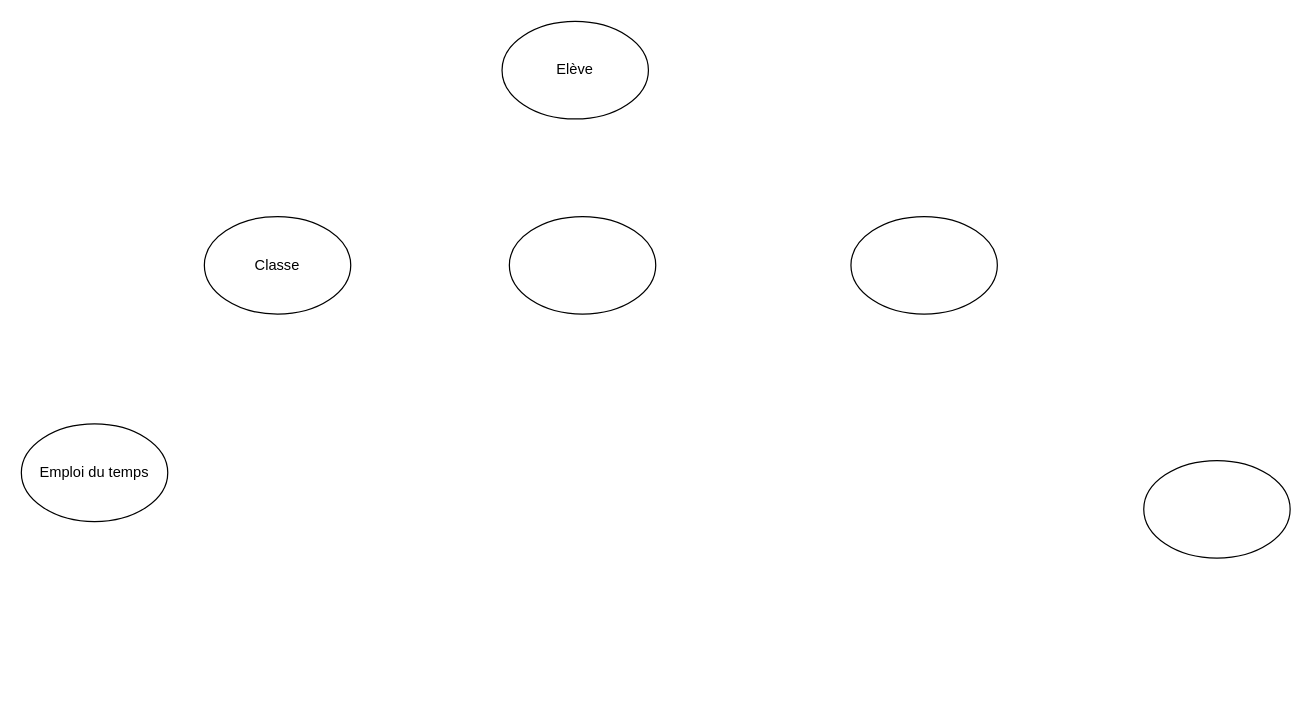
Before: Representation_graphique.drawio in MarcoKlinko/symfony_app, a draw.io diagram. Source tidied: cells renumbered, new cells numbered last; positions are measured from the earlier drawing's top-left corner, leaving out a move shared by most shapes. Both pictures are drawn from the tidied source at 122%, with x=0, y=0 at pixel (21, 21).
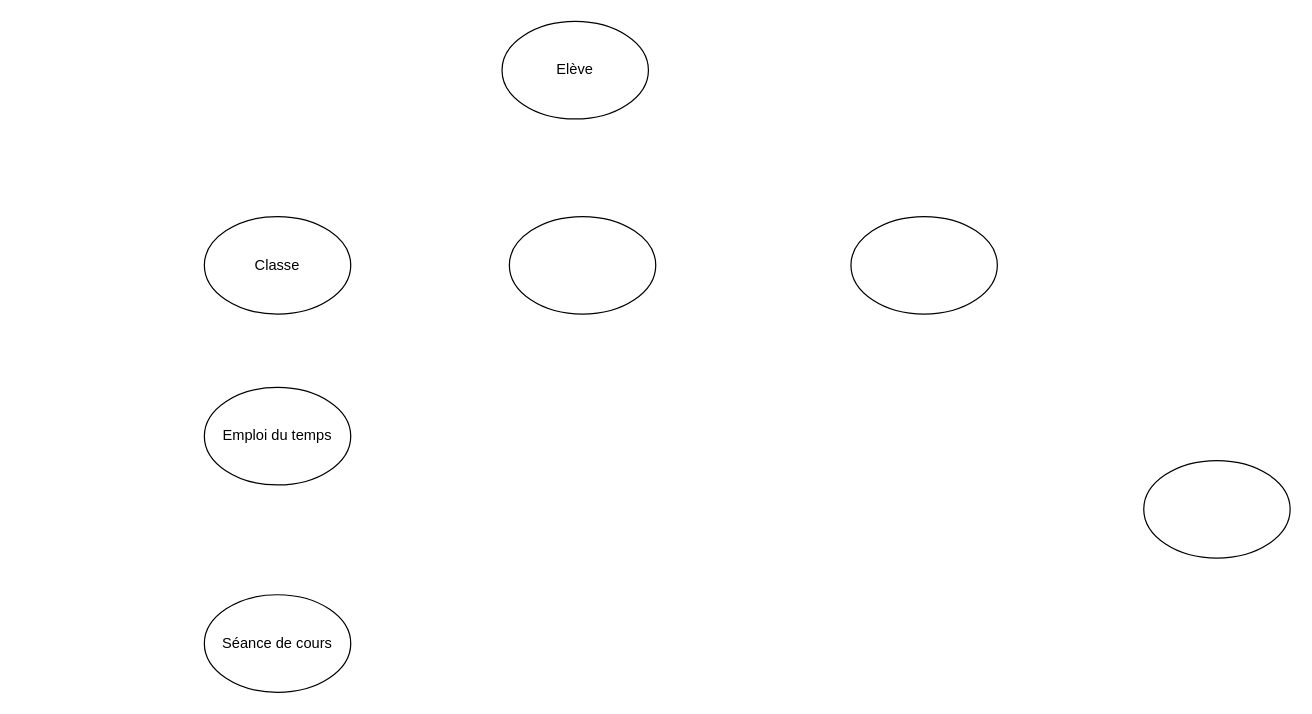
The same page after the edit.

Commit message (it also covers changes not shown here):
Mettre à jour Representation_graphique.drawio

What changed in the source:
```diff
@@
 <mxGraphModel>
   <root>
     <mxCell id="0" />
     <mxCell id="1" parent="0" />
     <mxCell id="2" value="Elève" style="ellipse;whiteSpace=wrap;html=1;" parent="1" vertex="1">
       <mxGeometry x="394" width="120" height="80" as="geometry" />
     </mxCell>
     <mxCell id="3" value="Classe" style="ellipse;whiteSpace=wrap;html=1;" parent="1" vertex="1">
       <mxGeometry x="150" y="160" width="120" height="80" as="geometry" />
     </mxCell>
     <mxCell id="4" style="ellipse;whiteSpace=wrap;html=1;" parent="1" vertex="1">
       <mxGeometry x="680" y="160" width="120" height="80" as="geometry" />
     </mxCell>
     <mxCell id="5" style="ellipse;whiteSpace=wrap;html=1;" parent="1" vertex="1">
       <mxGeometry x="400" y="160" width="120" height="80" as="geometry" />
     </mxCell>
     <mxCell id="6" value="Emploi du temps" style="ellipse;whiteSpace=wrap;html=1;" parent="1" vertex="1">
-      <mxGeometry y="330" width="120" height="80" as="geometry" />
+      <mxGeometry x="150" y="300" width="120" height="80" as="geometry" />
     </mxCell>
     <mxCell id="7" style="ellipse;whiteSpace=wrap;html=1;" parent="1" vertex="1">
       <mxGeometry x="920" y="360" width="120" height="80" as="geometry" />
     </mxCell>
+    <mxCell id="8" value="Séance de cours" style="ellipse;whiteSpace=wrap;html=1;" parent="1" vertex="1">
+      <mxGeometry x="150" y="470" width="120" height="80" as="geometry" />
+    </mxCell>
   </root>
 </mxGraphModel>
```
